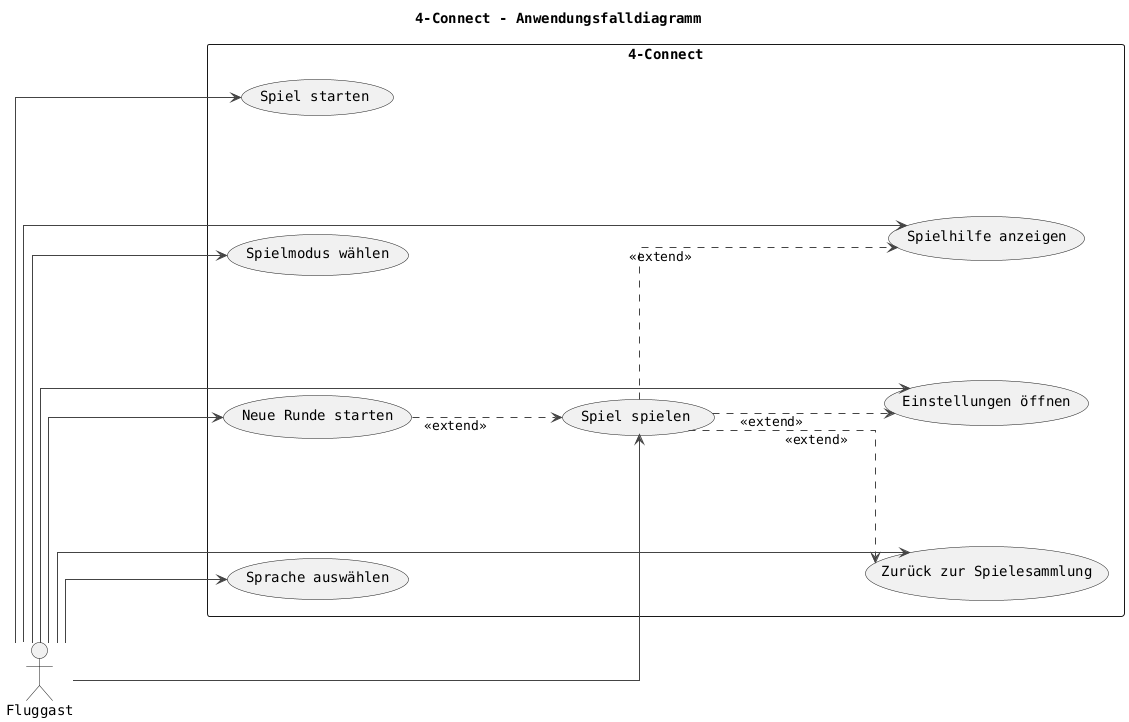
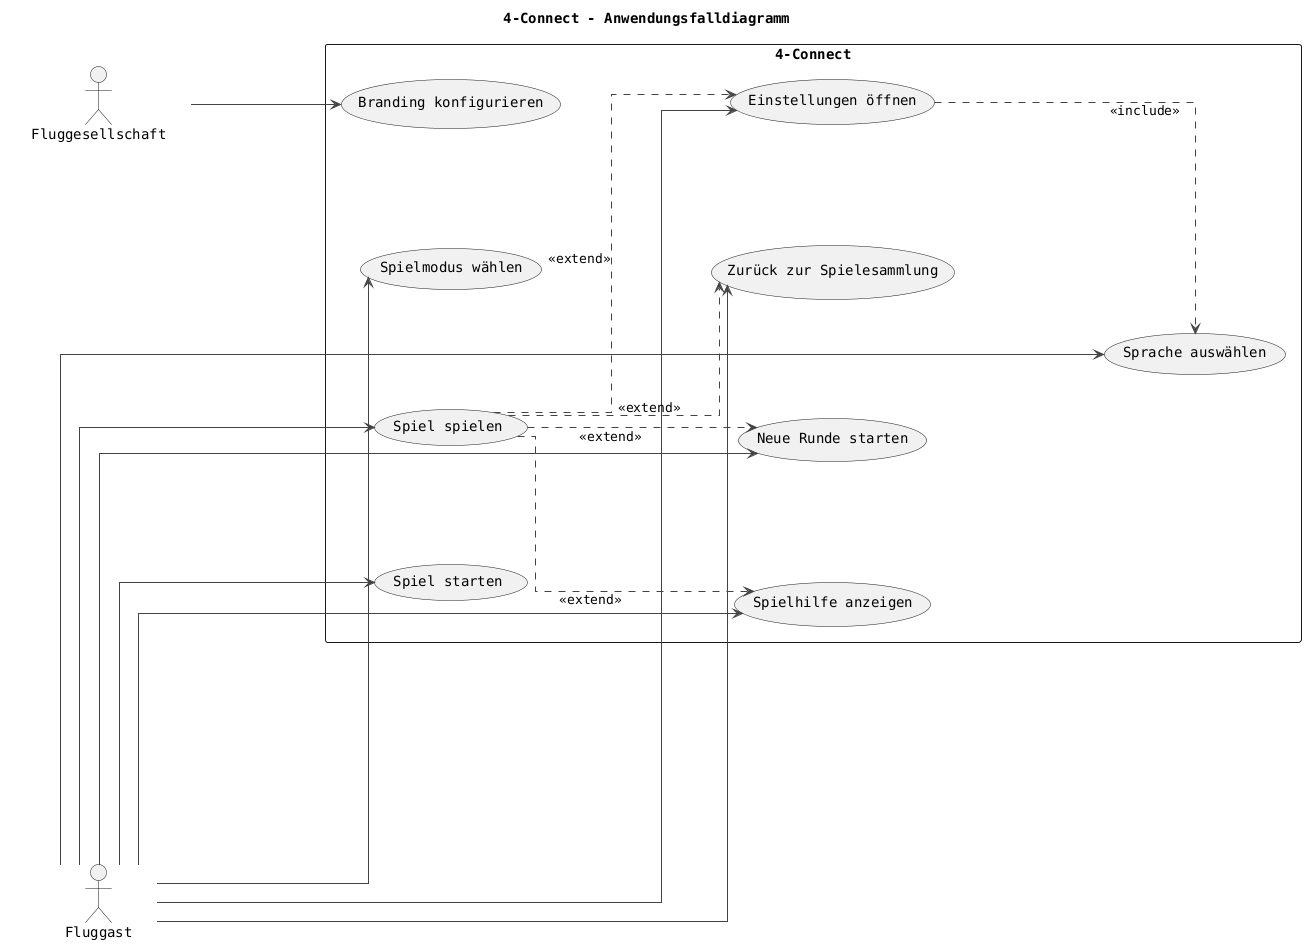
@startuml
title 4-Connect – Anwendungsfalldiagramm

left to right direction

skinparam defaultFontName Monospaced
skinparam linetype ortho
skinparam ArrowThickness 1
skinparam ArrowColor #444444
skinparam dashedLineColor #666666
skinparam nodesep 120
skinparam ranksep 150

- actor "Fluggast" as Fluggast
+ skinparam ResponseMessageBelowArrow true
+ 
+ actor "   Fluggast   " as Fluggast
+ actor "   Fluggesellschaft   " as Airline

rectangle "4-Connect" {
- 
  usecase "Spiel starten" as UC1
  usecase "Spielmodus wählen" as UC2
  usecase "Spiel spielen" as UC3
  usecase "Neue Runde starten" as UC4
- 
  usecase "Spielhilfe anzeigen" as UC5
  usecase "Einstellungen öffnen" as UC6
  usecase "Sprache auswählen" as UC7
  usecase "Zurück zur Spielesammlung" as UC8
+   usecase "Branding konfigurieren" as UC9
}

Fluggast --> UC1
Fluggast --> UC2
Fluggast --> UC3
Fluggast --> UC4
Fluggast --> UC5
Fluggast --> UC6
Fluggast --> UC7
Fluggast --> UC8

+ Airline --> UC9
+ 
+ UC6 ..> UC7 : <<include>>
+ UC3 ..> UC4 : <<extend>>
UC3 ..> UC5 : <<extend>>
UC3 ..> UC6 : <<extend>>
UC3 ..> UC8 : <<extend>>

- UC4 ..> UC3 : <<extend>>
- 
- @enduml+ @enduml
